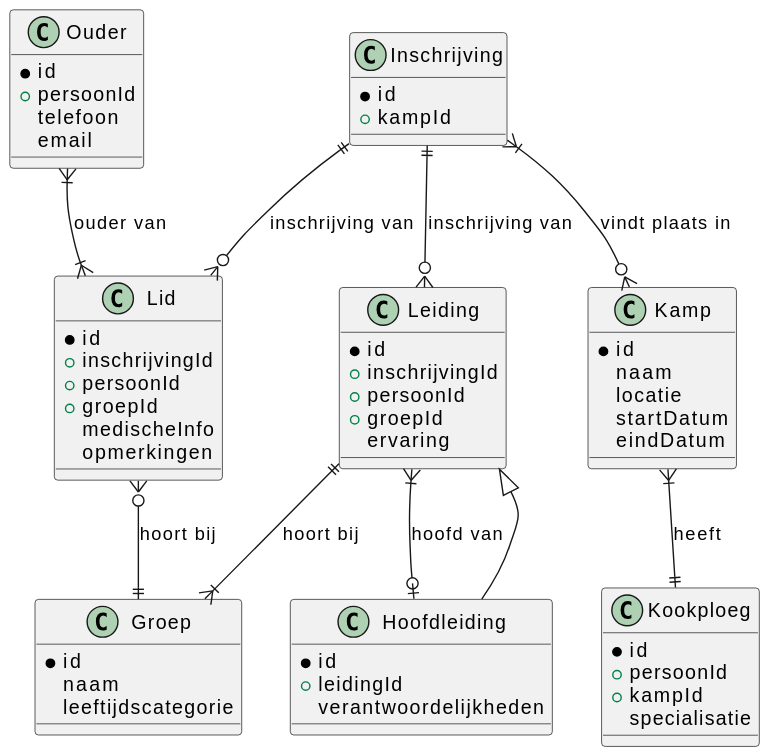
Earlier version of the PlantUML export images/response.svg (matteovdr/frontendweb-2526-mateo-kobe).
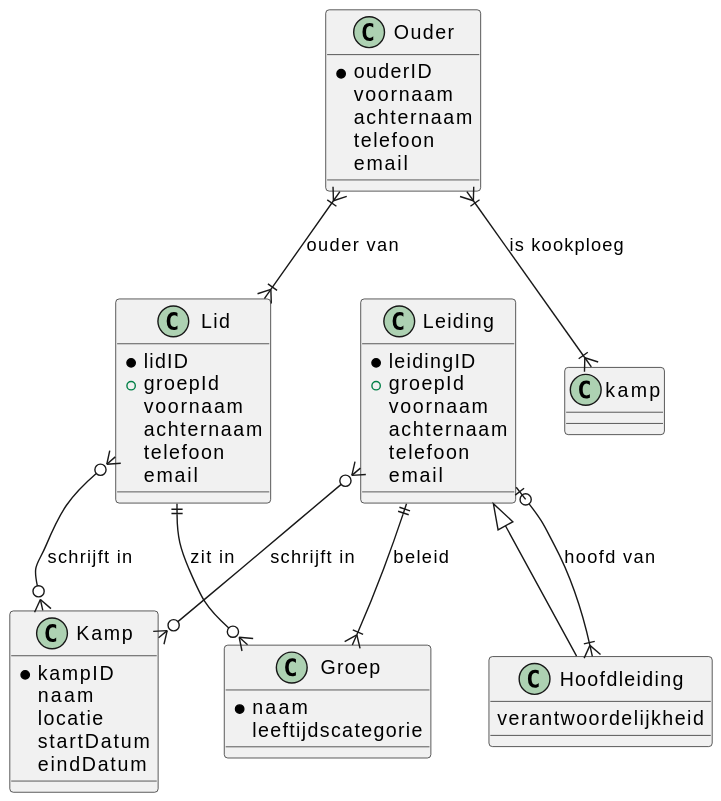
The same diagram one commit later.

Commit message:
erd verbetert

Diff of the diagram source:
```diff
@@ -1,68 +1,55 @@
 @startuml
 class Ouder {
-    *id
-    +persoonId
+    *ouderID
+    voornaam
+    achternaam
     telefoon
     email
 }
 
-class Inschrijving {
-    *id
-    +kampId
-}
-
 class Lid {
-    *id
-    +inschrijvingId
-    +persoonId
+    *lidID
     +groepId
-    medischeInfo
-    opmerkingen
+    voornaam
+    achternaam
+    telefoon
+    email
 }
 
 class Leiding {
-    *id
-    +inschrijvingId
-    +persoonId
+    *leidingID
     +groepId
-    ervaring
+    voornaam
+    achternaam
+    telefoon
+    email
 }
 
 class Hoofdleiding {
-    *id
-    +leidingId
-    verantwoordelijkheden
+    verantwoordelijkheid
 }
 
 class Groep {
-    *id
-    naam
+    *naam
     leeftijdscategorie
 }
 
 class Kamp {
-    *id
+    *kampID
     naam
     locatie
     startDatum
     eindDatum
 }
 
-class Kookploeg {
-    *id
-    +persoonId
-    +kampId
-    specialisatie
-}
 
 Ouder }|--|{ Lid : ouder van
-Inschrijving ||--o{ Lid : inschrijving van
-Inschrijving ||--o{ Leiding : inschrijving van
-Inschrijving }|--o{ Kamp : vindt plaats in
-Lid }o--|| Groep : hoort bij
-Leiding ||--|{ Groep : hoort bij
-Leiding }|--o| Hoofdleiding : hoofd van
-Kamp }|--|| Kookploeg : heeft
+Ouder }|--|{ kamp : is kookploeg
+Lid }o--o{ Kamp : schrijft in
+Lid ||--o{ Groep : zit in
+Leiding }o--o{ Kamp : schrijft in
+Leiding ||--|{ Groep : beleid
+Hoofdleiding }|--o| Leiding : hoofd van
 
 Leiding <|-- Hoofdleiding
 @enduml
```
